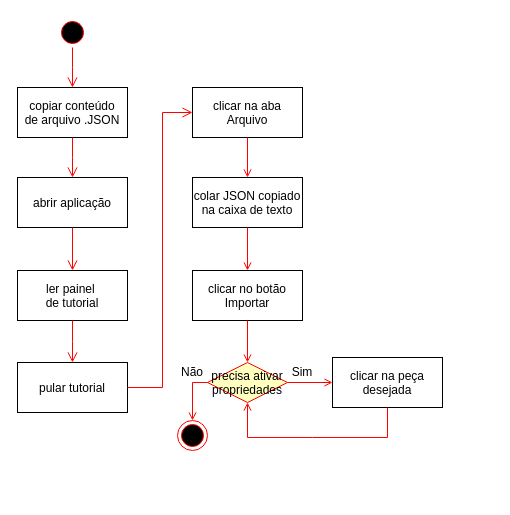
The draw.io diagram diagramas-grade/atvd-importar.drawio in PanicAThePython/tcc_NataliaSensWeise, before the edit. Source tidied: cells renumbered, new cells numbered last; positions are measured from the earlier drawing's top-left corner, leaving out a move shared by most shapes. Both pictures are drawn from the tidied source at 100%, with x=0, y=0 at pixel (17, 17).
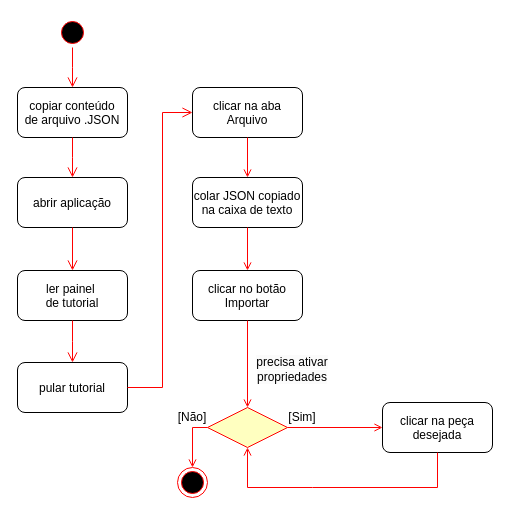
Above is the later version.

Diff of the diagram source:
```diff
@@
-    <mxCell id="3" value="colar JSON copiado&#10;na caixa de texto" parent="1" vertex="1">
+    <mxCell id="3" value="colar JSON copiado&#10;na caixa de texto" style="rounded=1;" parent="1" vertex="1">
       <mxGeometry x="175" y="160" width="110" height="50" as="geometry" />
     </mxCell>
-    <mxCell id="4" value="ler painel &#10;de tutorial" parent="1" vertex="1">
+    <mxCell id="4" value="ler painel &#10;de tutorial" style="rounded=1;" parent="1" vertex="1">
       <mxGeometry y="253" width="110" height="50" as="geometry" />
     </mxCell>
     <mxCell id="5" style="ellipse;shape=endState;fillColor=#000000;strokeColor=#ff0000;" parent="1" vertex="1">
-      <mxGeometry x="160" y="403" width="30" height="30" as="geometry" />
+      <mxGeometry x="160" y="450" width="30" height="30" as="geometry" />
     </mxCell>
-    <mxCell id="6" value="pular tutorial" parent="1" vertex="1">
+    <mxCell id="6" value="pular tutorial" style="rounded=1;" parent="1" vertex="1">
       <mxGeometry y="345" width="110" height="50" as="geometry" />
     </mxCell>
@@
-    <mxCell id="8" value="clicar na aba&#10;Arquivo" parent="1" vertex="1">
+    <mxCell id="8" value="clicar na aba&#10;Arquivo" style="rounded=1;" parent="1" vertex="1">
       <mxGeometry x="175" y="70" width="110" height="50" as="geometry" />
     </mxCell>
@@
-    <mxCell id="11" value="clicar no botão&#10;Importar" parent="1" vertex="1">
+    <mxCell id="11" value="clicar no botão&#10;Importar" style="rounded=1;" parent="1" vertex="1">
       <mxGeometry x="175" y="253" width="110" height="50" as="geometry" />
     </mxCell>
@@
-    <mxCell id="13" value="copiar conteúdo&#10;de arquivo .JSON" parent="1" vertex="1">
+    <mxCell id="13" value="copiar conteúdo&#10;de arquivo .JSON" style="rounded=1;" parent="1" vertex="1">
       <mxGeometry y="70" width="110" height="50" as="geometry" />
     </mxCell>
-    <mxCell id="14" value="abrir aplicação" parent="1" vertex="1">
+    <mxCell id="14" value="abrir aplicação" style="rounded=1;" parent="1" vertex="1">
       <mxGeometry y="160" width="110" height="50" as="geometry" />
     </mxCell>
@@
-    <mxCell id="18" value="precisa ativar&#10;propriedades" style="rhombus;fillColor=#ffffc0;strokeColor=#ff0000;" parent="1" vertex="1">
-      <mxGeometry x="190" y="345" width="80" height="40" as="geometry" />
+    <mxCell id="18" style="rhombus;fillColor=#ffffc0;strokeColor=#ff0000;" parent="1" vertex="1">
+      <mxGeometry x="190" y="390" width="80" height="40" as="geometry" />
     </mxCell>
-    <mxCell id="19" value="clicar na peça&#10;desejada" parent="1" vertex="1">
-      <mxGeometry x="315" y="340" width="110" height="50" as="geometry" />
+    <mxCell id="19" value="clicar na peça&#10;desejada" style="rounded=1;" parent="1" vertex="1">
+      <mxGeometry x="365" y="385" width="110" height="50" as="geometry" />
     </mxCell>
@@
     <mxCell id="22" style="endArrow=open;strokeColor=#FF0000;endFill=1;rounded=0;exitX=0.5;exitY=1;exitDx=0;exitDy=0;entryX=0.5;entryY=1;entryDx=0;entryDy=0;" parent="1" edge="1" source="19" target="18">
       <mxGeometry relative="1" as="geometry">
         <Array as="points">
-          <mxPoint x="370" y="420" />
-          <mxPoint x="295" y="420" />
-          <mxPoint x="230" y="420" />
+          <mxPoint x="420" y="470" />
+          <mxPoint x="295" y="470" />
+          <mxPoint x="230" y="470" />
         </Array>
       </mxGeometry>
     </mxCell>
     <mxCell id="23" style="endArrow=open;strokeColor=#FF0000;endFill=1;rounded=0;exitX=0;exitY=0.5;exitDx=0;exitDy=0;entryX=0.5;entryY=0;entryDx=0;entryDy=0;" parent="1" edge="1" source="18" target="5">
       <mxGeometry relative="1" as="geometry">
         <Array as="points">
-          <mxPoint x="175" y="365" />
+          <mxPoint x="175" y="410" />
         </Array>
       </mxGeometry>
     </mxCell>
-    <mxCell id="24" value="&lt;font face=&quot;Helvetica&quot;&gt;Não&lt;/font&gt;" style="text;html=1;align=center;verticalAlign=middle;whiteSpace=wrap;rounded=0;fontFamily=Architects Daughter;" parent="1" vertex="1">
-      <mxGeometry x="145" y="340" width="60" height="30" as="geometry" />
+    <mxCell id="24" value="&lt;font face=&quot;Helvetica&quot;&gt;[Não]&lt;/font&gt;" style="text;html=1;align=center;verticalAlign=middle;whiteSpace=wrap;rounded=0;fontFamily=Architects Daughter;" parent="1" vertex="1">
+      <mxGeometry x="145" y="385" width="60" height="30" as="geometry" />
     </mxCell>
-    <mxCell id="25" value="&lt;font face=&quot;Helvetica&quot;&gt;Sim&lt;/font&gt;" style="text;html=1;align=center;verticalAlign=middle;whiteSpace=wrap;rounded=0;fontFamily=Architects Daughter;" parent="1" vertex="1">
-      <mxGeometry x="255" y="340" width="60" height="30" as="geometry" />
+    <mxCell id="25" value="&lt;font face=&quot;Helvetica&quot;&gt;[Sim]&lt;/font&gt;" style="text;html=1;align=center;verticalAlign=middle;whiteSpace=wrap;rounded=0;fontFamily=Architects Daughter;" parent="1" vertex="1">
+      <mxGeometry x="255" y="385" width="60" height="30" as="geometry" />
     </mxCell>
+    <mxCell id="26" value="&#10;&lt;span style=&quot;color: rgb(0, 0, 0); font-family: Helvetica; font-size: 12px; font-style: normal; font-variant-ligatures: normal; font-variant-caps: normal; font-weight: 400; letter-spacing: normal; orphans: 2; text-align: center; text-indent: 0px; text-transform: none; widows: 2; word-spacing: 0px; -webkit-text-stroke-width: 0px; white-space: nowrap; background-color: rgb(251, 251, 251); text-decoration-thickness: initial; text-decoration-style: initial; text-decoration-color: initial; display: inline !important; float: none;&quot;&gt;precisa ativar&lt;/span&gt;&lt;br style=&quot;forced-color-adjust: none; padding: 0px; margin: 0px; color: rgb(0, 0, 0); font-family: Helvetica; font-size: 12px; font-style: normal; font-variant-ligatures: normal; font-variant-caps: normal; font-weight: 400; letter-spacing: normal; orphans: 2; text-align: center; text-indent: 0px; text-transform: none; widows: 2; word-spacing: 0px; -webkit-text-stroke-width: 0px; white-space: nowrap; background-color: rgb(251, 251, 251); text-decoration-thickness: initial; text-decoration-style: initial; text-decoration-color: initial;&quot;&gt;&lt;span style=&quot;color: rgb(0, 0, 0); font-family: Helvetica; font-size: 12px; font-style: normal; font-variant-ligatures: normal; font-variant-caps: normal; font-weight: 400; letter-spacing: normal; orphans: 2; text-align: center; text-indent: 0px; text-transform: none; widows: 2; word-spacing: 0px; -webkit-text-stroke-width: 0px; white-space: nowrap; background-color: rgb(251, 251, 251); text-decoration-thickness: initial; text-decoration-style: initial; text-decoration-color: initial; display: inline !important; float: none;&quot;&gt;propriedades&lt;/span&gt;&#10;&#10;" style="text;html=1;align=center;verticalAlign=middle;whiteSpace=wrap;rounded=0;fontFamily=Architects Daughter;" parent="1" vertex="1">
+      <mxGeometry x="245" y="345" width="60" height="30" as="geometry" />
+    </mxCell>
```
